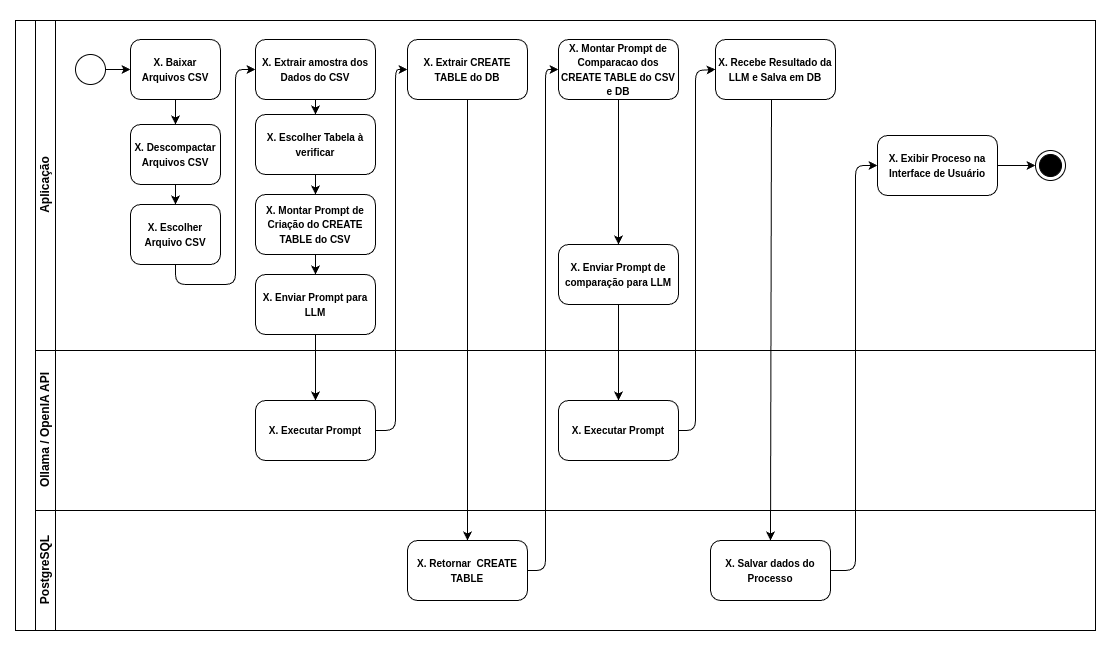
rafaelfreitaslima29/siconv_valida keeps this draw.io diagram as docs/atividades_do_sistema.png. Above is the earlier version. Source tidied: cells renumbered, new cells last; positions are measured from the earlier drawing's top-left corner, leaving out a move shared by most shapes.
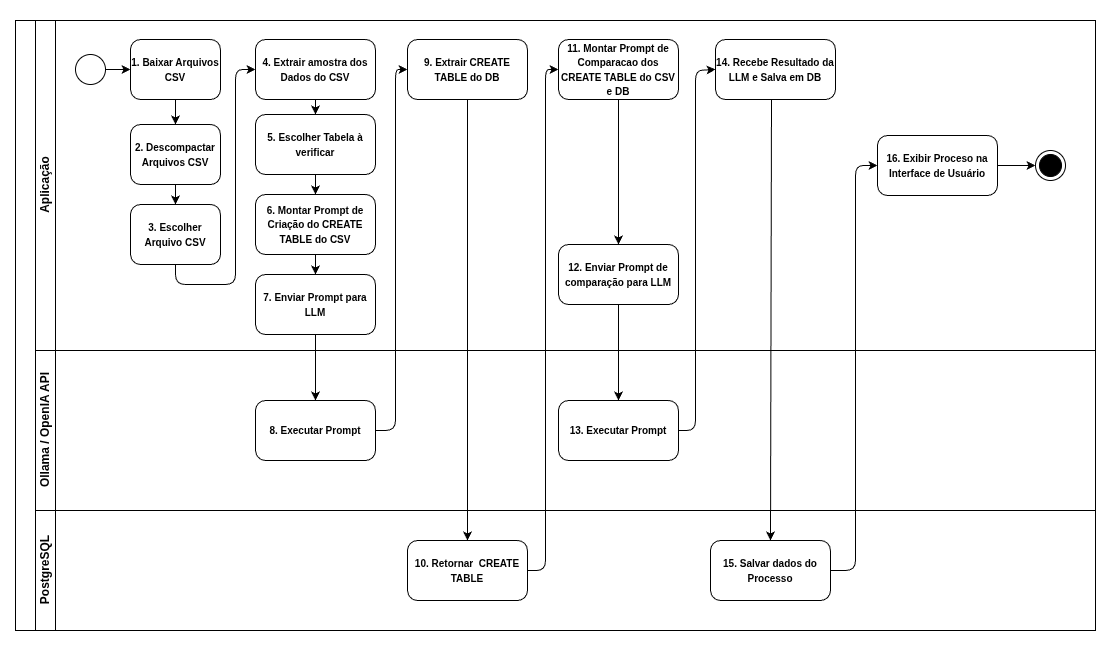
The same diagram one commit later.

Commit message:
Diagrama de arquitetura ETL

What changed in the source:
```diff
@@ -14,19 +14,19 @@
     <mxCell id="5" style="ellipse;" parent="4" vertex="1">
       <mxGeometry x="40" y="34" width="30" height="30" as="geometry" />
     </mxCell>
-    <mxCell id="6" value="&lt;b&gt;&lt;font style=&quot;font-size: 10px;&quot;&gt;X. Escolher Arquivo CSV&lt;/font&gt;&lt;/b&gt;" style="points=[[0.25,0,0],[0.5,0,0],[0.75,0,0],[1,0.25,0],[1,0.5,0],[1,0.75,0],[0.75,1,0],[0.5,1,0],[0.25,1,0],[0,0.75,0],[0,0.5,0],[0,0.25,0]];shape=mxgraph.bpmn.task;whiteSpace=wrap;rectStyle=rounded;size=10;html=1;taskMarker=abstract;" parent="4" vertex="1">
+    <mxCell id="6" value="&lt;b&gt;&lt;font style=&quot;font-size: 10px;&quot;&gt;3. Escolher Arquivo CSV&lt;/font&gt;&lt;/b&gt;" style="points=[[0.25,0,0],[0.5,0,0],[0.75,0,0],[1,0.25,0],[1,0.5,0],[1,0.75,0],[0.75,1,0],[0.5,1,0],[0.25,1,0],[0,0.75,0],[0,0.5,0],[0,0.25,0]];shape=mxgraph.bpmn.task;whiteSpace=wrap;rectStyle=rounded;size=10;html=1;taskMarker=abstract;" parent="4" vertex="1">
       <mxGeometry x="95" y="184" width="90" height="60" as="geometry" />
     </mxCell>
-    <mxCell id="7" value="&lt;b&gt;&lt;font style=&quot;font-size: 10px;&quot;&gt;X. Extrair amostra dos Dados do CSV&lt;/font&gt;&lt;/b&gt;" style="points=[[0.25,0,0],[0.5,0,0],[0.75,0,0],[1,0.25,0],[1,0.5,0],[1,0.75,0],[0.75,1,0],[0.5,1,0],[0.25,1,0],[0,0.75,0],[0,0.5,0],[0,0.25,0]];shape=mxgraph.bpmn.task;whiteSpace=wrap;rectStyle=rounded;size=10;html=1;taskMarker=abstract;" parent="4" vertex="1">
+    <mxCell id="7" value="&lt;b&gt;&lt;font style=&quot;font-size: 10px;&quot;&gt;4. Extrair amostra dos Dados do CSV&lt;/font&gt;&lt;/b&gt;" style="points=[[0.25,0,0],[0.5,0,0],[0.75,0,0],[1,0.25,0],[1,0.5,0],[1,0.75,0],[0.75,1,0],[0.5,1,0],[0.25,1,0],[0,0.75,0],[0,0.5,0],[0,0.25,0]];shape=mxgraph.bpmn.task;whiteSpace=wrap;rectStyle=rounded;size=10;html=1;taskMarker=abstract;" parent="4" vertex="1">
       <mxGeometry x="220" y="19" width="120" height="60" as="geometry" />
     </mxCell>
-    <mxCell id="8" value="&lt;b&gt;&lt;font style=&quot;font-size: 10px;&quot;&gt;X. Montar Prompt de Criação do CREATE TABLE do CSV&lt;/font&gt;&lt;/b&gt;" style="points=[[0.25,0,0],[0.5,0,0],[0.75,0,0],[1,0.25,0],[1,0.5,0],[1,0.75,0],[0.75,1,0],[0.5,1,0],[0.25,1,0],[0,0.75,0],[0,0.5,0],[0,0.25,0]];shape=mxgraph.bpmn.task;whiteSpace=wrap;rectStyle=rounded;size=10;html=1;taskMarker=abstract;" parent="4" vertex="1">
+    <mxCell id="8" value="&lt;b&gt;&lt;font style=&quot;font-size: 10px;&quot;&gt;6. Montar Prompt de Criação do CREATE TABLE do CSV&lt;/font&gt;&lt;/b&gt;" style="points=[[0.25,0,0],[0.5,0,0],[0.75,0,0],[1,0.25,0],[1,0.5,0],[1,0.75,0],[0.75,1,0],[0.5,1,0],[0.25,1,0],[0,0.75,0],[0,0.5,0],[0,0.25,0]];shape=mxgraph.bpmn.task;whiteSpace=wrap;rectStyle=rounded;size=10;html=1;taskMarker=abstract;" parent="4" vertex="1">
       <mxGeometry x="220" y="174" width="120" height="60" as="geometry" />
     </mxCell>
-    <mxCell id="9" value="&lt;b&gt;&lt;font style=&quot;font-size: 10px;&quot;&gt;X. Baixar Arquivos CSV&lt;/font&gt;&lt;/b&gt;" style="points=[[0.25,0,0],[0.5,0,0],[0.75,0,0],[1,0.25,0],[1,0.5,0],[1,0.75,0],[0.75,1,0],[0.5,1,0],[0.25,1,0],[0,0.75,0],[0,0.5,0],[0,0.25,0]];shape=mxgraph.bpmn.task;whiteSpace=wrap;rectStyle=rounded;size=10;html=1;taskMarker=abstract;" parent="4" vertex="1">
+    <mxCell id="9" value="&lt;b&gt;&lt;font style=&quot;font-size: 10px;&quot;&gt;1. Baixar Arquivos CSV&lt;/font&gt;&lt;/b&gt;" style="points=[[0.25,0,0],[0.5,0,0],[0.75,0,0],[1,0.25,0],[1,0.5,0],[1,0.75,0],[0.75,1,0],[0.5,1,0],[0.25,1,0],[0,0.75,0],[0,0.5,0],[0,0.25,0]];shape=mxgraph.bpmn.task;whiteSpace=wrap;rectStyle=rounded;size=10;html=1;taskMarker=abstract;" parent="4" vertex="1">
       <mxGeometry x="95" y="19" width="90" height="60" as="geometry" />
     </mxCell>
-    <mxCell id="10" value="&lt;b&gt;&lt;font style=&quot;font-size: 10px;&quot;&gt;X. Descompactar Arquivos CSV&lt;/font&gt;&lt;/b&gt;" style="points=[[0.25,0,0],[0.5,0,0],[0.75,0,0],[1,0.25,0],[1,0.5,0],[1,0.75,0],[0.75,1,0],[0.5,1,0],[0.25,1,0],[0,0.75,0],[0,0.5,0],[0,0.25,0]];shape=mxgraph.bpmn.task;whiteSpace=wrap;rectStyle=rounded;size=10;html=1;taskMarker=abstract;" parent="4" vertex="1">
+    <mxCell id="10" value="&lt;b&gt;&lt;font style=&quot;font-size: 10px;&quot;&gt;2. Descompactar Arquivos CSV&lt;/font&gt;&lt;/b&gt;" style="points=[[0.25,0,0],[0.5,0,0],[0.75,0,0],[1,0.25,0],[1,0.5,0],[1,0.75,0],[0.75,1,0],[0.5,1,0],[0.25,1,0],[0,0.75,0],[0,0.5,0],[0,0.25,0]];shape=mxgraph.bpmn.task;whiteSpace=wrap;rectStyle=rounded;size=10;html=1;taskMarker=abstract;" parent="4" vertex="1">
       <mxGeometry x="95" y="104" width="90" height="60" as="geometry" />
     </mxCell>
     <mxCell id="11" style="edgeStyle=none;html=1;exitX=1;exitY=0.5;exitDx=0;exitDy=0;entryX=0;entryY=0.5;entryDx=0;entryDy=0;entryPerimeter=0;" parent="4" edge="1" source="5" target="9">
@@ -47,7 +47,7 @@
         </Array>
       </mxGeometry>
     </mxCell>
-    <mxCell id="15" value="&lt;b&gt;&lt;font style=&quot;font-size: 10px;&quot;&gt;X. Escolher Tabela à verificar&lt;/font&gt;&lt;/b&gt;" style="points=[[0.25,0,0],[0.5,0,0],[0.75,0,0],[1,0.25,0],[1,0.5,0],[1,0.75,0],[0.75,1,0],[0.5,1,0],[0.25,1,0],[0,0.75,0],[0,0.5,0],[0,0.25,0]];shape=mxgraph.bpmn.task;whiteSpace=wrap;rectStyle=rounded;size=10;html=1;taskMarker=abstract;" parent="4" vertex="1">
+    <mxCell id="15" value="&lt;b&gt;&lt;font style=&quot;font-size: 10px;&quot;&gt;5. Escolher Tabela à verificar&lt;/font&gt;&lt;/b&gt;" style="points=[[0.25,0,0],[0.5,0,0],[0.75,0,0],[1,0.25,0],[1,0.5,0],[1,0.75,0],[0.75,1,0],[0.5,1,0],[0.25,1,0],[0,0.75,0],[0,0.5,0],[0,0.25,0]];shape=mxgraph.bpmn.task;whiteSpace=wrap;rectStyle=rounded;size=10;html=1;taskMarker=abstract;" parent="4" vertex="1">
       <mxGeometry x="220" y="94" width="120" height="60" as="geometry" />
     </mxCell>
     <mxCell id="16" style="edgeStyle=none;html=1;exitX=0.5;exitY=1;exitDx=0;exitDy=0;exitPerimeter=0;entryX=0.5;entryY=0;entryDx=0;entryDy=0;entryPerimeter=0;" parent="4" edge="1" source="7" target="15">
@@ -56,25 +56,25 @@
     <mxCell id="17" style="edgeStyle=none;html=1;exitX=0.5;exitY=1;exitDx=0;exitDy=0;exitPerimeter=0;entryX=0.5;entryY=0;entryDx=0;entryDy=0;entryPerimeter=0;" parent="4" edge="1" source="15" target="8">
       <mxGeometry relative="1" as="geometry" />
     </mxCell>
-    <mxCell id="18" value="&lt;b&gt;&lt;font style=&quot;font-size: 10px;&quot;&gt;X. Enviar Prompt para LLM&lt;/font&gt;&lt;/b&gt;" style="points=[[0.25,0,0],[0.5,0,0],[0.75,0,0],[1,0.25,0],[1,0.5,0],[1,0.75,0],[0.75,1,0],[0.5,1,0],[0.25,1,0],[0,0.75,0],[0,0.5,0],[0,0.25,0]];shape=mxgraph.bpmn.task;whiteSpace=wrap;rectStyle=rounded;size=10;html=1;taskMarker=abstract;" parent="4" vertex="1">
+    <mxCell id="18" value="&lt;b&gt;&lt;font style=&quot;font-size: 10px;&quot;&gt;7. Enviar Prompt para LLM&lt;/font&gt;&lt;/b&gt;" style="points=[[0.25,0,0],[0.5,0,0],[0.75,0,0],[1,0.25,0],[1,0.5,0],[1,0.75,0],[0.75,1,0],[0.5,1,0],[0.25,1,0],[0,0.75,0],[0,0.5,0],[0,0.25,0]];shape=mxgraph.bpmn.task;whiteSpace=wrap;rectStyle=rounded;size=10;html=1;taskMarker=abstract;" parent="4" vertex="1">
       <mxGeometry x="220" y="254" width="120" height="60" as="geometry" />
     </mxCell>
     <mxCell id="19" style="edgeStyle=none;html=1;exitX=0.5;exitY=1;exitDx=0;exitDy=0;exitPerimeter=0;entryX=0.5;entryY=0;entryDx=0;entryDy=0;entryPerimeter=0;" parent="4" edge="1" source="8" target="18">
       <mxGeometry relative="1" as="geometry" />
     </mxCell>
-    <mxCell id="20" value="&lt;b&gt;&lt;font style=&quot;font-size: 10px;&quot;&gt;X. Montar Prompt de Comparacao dos CREATE TABLE do CSV e DB&lt;/font&gt;&lt;/b&gt;" style="points=[[0.25,0,0],[0.5,0,0],[0.75,0,0],[1,0.25,0],[1,0.5,0],[1,0.75,0],[0.75,1,0],[0.5,1,0],[0.25,1,0],[0,0.75,0],[0,0.5,0],[0,0.25,0]];shape=mxgraph.bpmn.task;whiteSpace=wrap;rectStyle=rounded;size=10;html=1;taskMarker=abstract;" parent="4" vertex="1">
+    <mxCell id="20" value="&lt;b&gt;&lt;font style=&quot;font-size: 10px;&quot;&gt;11. Montar Prompt de Comparacao dos CREATE TABLE do CSV e DB&lt;/font&gt;&lt;/b&gt;" style="points=[[0.25,0,0],[0.5,0,0],[0.75,0,0],[1,0.25,0],[1,0.5,0],[1,0.75,0],[0.75,1,0],[0.5,1,0],[0.25,1,0],[0,0.75,0],[0,0.5,0],[0,0.25,0]];shape=mxgraph.bpmn.task;whiteSpace=wrap;rectStyle=rounded;size=10;html=1;taskMarker=abstract;" parent="4" vertex="1">
       <mxGeometry x="523" y="19" width="120" height="60" as="geometry" />
     </mxCell>
-    <mxCell id="21" value="&lt;b&gt;&lt;font style=&quot;font-size: 10px;&quot;&gt;X. Extrair CREATE TABLE do DB&lt;/font&gt;&lt;/b&gt;" style="points=[[0.25,0,0],[0.5,0,0],[0.75,0,0],[1,0.25,0],[1,0.5,0],[1,0.75,0],[0.75,1,0],[0.5,1,0],[0.25,1,0],[0,0.75,0],[0,0.5,0],[0,0.25,0]];shape=mxgraph.bpmn.task;whiteSpace=wrap;rectStyle=rounded;size=10;html=1;taskMarker=abstract;" parent="4" vertex="1">
+    <mxCell id="21" value="&lt;b&gt;&lt;font style=&quot;font-size: 10px;&quot;&gt;9. Extrair CREATE TABLE do DB&lt;/font&gt;&lt;/b&gt;" style="points=[[0.25,0,0],[0.5,0,0],[0.75,0,0],[1,0.25,0],[1,0.5,0],[1,0.75,0],[0.75,1,0],[0.5,1,0],[0.25,1,0],[0,0.75,0],[0,0.5,0],[0,0.25,0]];shape=mxgraph.bpmn.task;whiteSpace=wrap;rectStyle=rounded;size=10;html=1;taskMarker=abstract;" parent="4" vertex="1">
       <mxGeometry x="372" y="19" width="120" height="60" as="geometry" />
     </mxCell>
-    <mxCell id="22" value="&lt;b&gt;&lt;font style=&quot;font-size: 10px;&quot;&gt;X. Enviar Prompt de comparação para LLM&lt;/font&gt;&lt;/b&gt;" style="points=[[0.25,0,0],[0.5,0,0],[0.75,0,0],[1,0.25,0],[1,0.5,0],[1,0.75,0],[0.75,1,0],[0.5,1,0],[0.25,1,0],[0,0.75,0],[0,0.5,0],[0,0.25,0]];shape=mxgraph.bpmn.task;whiteSpace=wrap;rectStyle=rounded;size=10;html=1;taskMarker=abstract;" parent="4" vertex="1">
+    <mxCell id="22" value="&lt;b&gt;&lt;font style=&quot;font-size: 10px;&quot;&gt;12. Enviar Prompt de comparação para LLM&lt;/font&gt;&lt;/b&gt;" style="points=[[0.25,0,0],[0.5,0,0],[0.75,0,0],[1,0.25,0],[1,0.5,0],[1,0.75,0],[0.75,1,0],[0.5,1,0],[0.25,1,0],[0,0.75,0],[0,0.5,0],[0,0.25,0]];shape=mxgraph.bpmn.task;whiteSpace=wrap;rectStyle=rounded;size=10;html=1;taskMarker=abstract;" parent="4" vertex="1">
       <mxGeometry x="523" y="224" width="120" height="60" as="geometry" />
     </mxCell>
     <mxCell id="23" style="edgeStyle=none;html=1;exitX=0.5;exitY=1;exitDx=0;exitDy=0;exitPerimeter=0;entryX=0.5;entryY=0;entryDx=0;entryDy=0;entryPerimeter=0;" parent="4" edge="1" source="20" target="22">
       <mxGeometry relative="1" as="geometry" />
     </mxCell>
-    <mxCell id="24" value="&lt;b&gt;&lt;font style=&quot;font-size: 10px;&quot;&gt;X. Recebe Resultado da LLM e Salva em DB&lt;/font&gt;&lt;/b&gt;" style="points=[[0.25,0,0],[0.5,0,0],[0.75,0,0],[1,0.25,0],[1,0.5,0],[1,0.75,0],[0.75,1,0],[0.5,1,0],[0.25,1,0],[0,0.75,0],[0,0.5,0],[0,0.25,0]];shape=mxgraph.bpmn.task;whiteSpace=wrap;rectStyle=rounded;size=10;html=1;taskMarker=abstract;" parent="4" vertex="1">
+    <mxCell id="24" value="&lt;b&gt;&lt;font style=&quot;font-size: 10px;&quot;&gt;14. Recebe Resultado da LLM e Salva em DB&lt;/font&gt;&lt;/b&gt;" style="points=[[0.25,0,0],[0.5,0,0],[0.75,0,0],[1,0.25,0],[1,0.5,0],[1,0.75,0],[0.75,1,0],[0.5,1,0],[0.25,1,0],[0,0.75,0],[0,0.5,0],[0,0.25,0]];shape=mxgraph.bpmn.task;whiteSpace=wrap;rectStyle=rounded;size=10;html=1;taskMarker=abstract;" parent="4" vertex="1">
       <mxGeometry x="680" y="19" width="120" height="60" as="geometry" />
     </mxCell>
     <mxCell id="25" style="ellipse;html=1;shape=endState;fillColor=strokeColor;" parent="4" vertex="1">
@@ -83,25 +83,25 @@
     <mxCell id="26" style="edgeStyle=none;html=1;exitX=1;exitY=0.5;exitDx=0;exitDy=0;exitPerimeter=0;entryX=0;entryY=0.5;entryDx=0;entryDy=0;" parent="4" edge="1" source="27" target="25">
       <mxGeometry relative="1" as="geometry" />
     </mxCell>
-    <mxCell id="27" value="&lt;b&gt;&lt;font style=&quot;font-size: 10px;&quot;&gt;X. Exibir Proceso na Interface de Usuário&lt;/font&gt;&lt;/b&gt;" style="points=[[0.25,0,0],[0.5,0,0],[0.75,0,0],[1,0.25,0],[1,0.5,0],[1,0.75,0],[0.75,1,0],[0.5,1,0],[0.25,1,0],[0,0.75,0],[0,0.5,0],[0,0.25,0]];shape=mxgraph.bpmn.task;whiteSpace=wrap;rectStyle=rounded;size=10;html=1;taskMarker=abstract;" parent="4" vertex="1">
+    <mxCell id="27" value="&lt;b&gt;&lt;font style=&quot;font-size: 10px;&quot;&gt;16. Exibir Proceso na Interface de Usuário&lt;/font&gt;&lt;/b&gt;" style="points=[[0.25,0,0],[0.5,0,0],[0.75,0,0],[1,0.25,0],[1,0.5,0],[1,0.75,0],[0.75,1,0],[0.5,1,0],[0.25,1,0],[0,0.75,0],[0,0.5,0],[0,0.25,0]];shape=mxgraph.bpmn.task;whiteSpace=wrap;rectStyle=rounded;size=10;html=1;taskMarker=abstract;" parent="4" vertex="1">
       <mxGeometry x="842" y="115" width="120" height="60" as="geometry" />
     </mxCell>
     <mxCell id="28" value="Ollama / OpenIA API" style="swimlane;startSize=20;horizontal=0;html=1;" parent="3" vertex="1">
       <mxGeometry x="20" y="330" width="1060" height="160" as="geometry" />
     </mxCell>
-    <mxCell id="29" value="&lt;b&gt;&lt;font style=&quot;font-size: 10px;&quot;&gt;X. Executar Prompt&lt;/font&gt;&lt;/b&gt;" style="points=[[0.25,0,0],[0.5,0,0],[0.75,0,0],[1,0.25,0],[1,0.5,0],[1,0.75,0],[0.75,1,0],[0.5,1,0],[0.25,1,0],[0,0.75,0],[0,0.5,0],[0,0.25,0]];shape=mxgraph.bpmn.task;whiteSpace=wrap;rectStyle=rounded;size=10;html=1;taskMarker=abstract;" parent="28" vertex="1">
+    <mxCell id="29" value="&lt;b&gt;&lt;font style=&quot;font-size: 10px;&quot;&gt;8. Executar Prompt&lt;/font&gt;&lt;/b&gt;" style="points=[[0.25,0,0],[0.5,0,0],[0.75,0,0],[1,0.25,0],[1,0.5,0],[1,0.75,0],[0.75,1,0],[0.5,1,0],[0.25,1,0],[0,0.75,0],[0,0.5,0],[0,0.25,0]];shape=mxgraph.bpmn.task;whiteSpace=wrap;rectStyle=rounded;size=10;html=1;taskMarker=abstract;" parent="28" vertex="1">
       <mxGeometry x="220" y="50" width="120" height="60" as="geometry" />
     </mxCell>
-    <mxCell id="30" value="&lt;b&gt;&lt;font style=&quot;font-size: 10px;&quot;&gt;X. Executar Prompt&lt;/font&gt;&lt;/b&gt;" style="points=[[0.25,0,0],[0.5,0,0],[0.75,0,0],[1,0.25,0],[1,0.5,0],[1,0.75,0],[0.75,1,0],[0.5,1,0],[0.25,1,0],[0,0.75,0],[0,0.5,0],[0,0.25,0]];shape=mxgraph.bpmn.task;whiteSpace=wrap;rectStyle=rounded;size=10;html=1;taskMarker=abstract;" parent="28" vertex="1">
+    <mxCell id="30" value="&lt;b&gt;&lt;font style=&quot;font-size: 10px;&quot;&gt;13. Executar Prompt&lt;/font&gt;&lt;/b&gt;" style="points=[[0.25,0,0],[0.5,0,0],[0.75,0,0],[1,0.25,0],[1,0.5,0],[1,0.75,0],[0.75,1,0],[0.5,1,0],[0.25,1,0],[0,0.75,0],[0,0.5,0],[0,0.25,0]];shape=mxgraph.bpmn.task;whiteSpace=wrap;rectStyle=rounded;size=10;html=1;taskMarker=abstract;" parent="28" vertex="1">
       <mxGeometry x="523" y="50" width="120" height="60" as="geometry" />
     </mxCell>
     <mxCell id="31" value="PostgreSQL" style="swimlane;startSize=20;horizontal=0;html=1;" parent="3" vertex="1">
       <mxGeometry x="20" y="490" width="1060" height="120" as="geometry" />
     </mxCell>
-    <mxCell id="32" value="&lt;b&gt;&lt;font style=&quot;font-size: 10px;&quot;&gt;X. Retornar&amp;nbsp; CREATE TABLE&lt;/font&gt;&lt;/b&gt;" style="points=[[0.25,0,0],[0.5,0,0],[0.75,0,0],[1,0.25,0],[1,0.5,0],[1,0.75,0],[0.75,1,0],[0.5,1,0],[0.25,1,0],[0,0.75,0],[0,0.5,0],[0,0.25,0]];shape=mxgraph.bpmn.task;whiteSpace=wrap;rectStyle=rounded;size=10;html=1;taskMarker=abstract;" parent="31" vertex="1">
+    <mxCell id="32" value="&lt;b&gt;&lt;font style=&quot;font-size: 10px;&quot;&gt;10. Retornar&amp;nbsp; CREATE TABLE&lt;/font&gt;&lt;/b&gt;" style="points=[[0.25,0,0],[0.5,0,0],[0.75,0,0],[1,0.25,0],[1,0.5,0],[1,0.75,0],[0.75,1,0],[0.5,1,0],[0.25,1,0],[0,0.75,0],[0,0.5,0],[0,0.25,0]];shape=mxgraph.bpmn.task;whiteSpace=wrap;rectStyle=rounded;size=10;html=1;taskMarker=abstract;" parent="31" vertex="1">
       <mxGeometry x="372" y="30" width="120" height="60" as="geometry" />
     </mxCell>
-    <mxCell id="33" value="&lt;b&gt;&lt;font style=&quot;font-size: 10px;&quot;&gt;X. Salvar dados do Processo&lt;/font&gt;&lt;/b&gt;" style="points=[[0.25,0,0],[0.5,0,0],[0.75,0,0],[1,0.25,0],[1,0.5,0],[1,0.75,0],[0.75,1,0],[0.5,1,0],[0.25,1,0],[0,0.75,0],[0,0.5,0],[0,0.25,0]];shape=mxgraph.bpmn.task;whiteSpace=wrap;rectStyle=rounded;size=10;html=1;taskMarker=abstract;" parent="31" vertex="1">
+    <mxCell id="33" value="&lt;b&gt;&lt;font style=&quot;font-size: 10px;&quot;&gt;15. Salvar dados do Processo&lt;/font&gt;&lt;/b&gt;" style="points=[[0.25,0,0],[0.5,0,0],[0.75,0,0],[1,0.25,0],[1,0.5,0],[1,0.75,0],[0.75,1,0],[0.5,1,0],[0.25,1,0],[0,0.75,0],[0,0.5,0],[0,0.25,0]];shape=mxgraph.bpmn.task;whiteSpace=wrap;rectStyle=rounded;size=10;html=1;taskMarker=abstract;" parent="31" vertex="1">
       <mxGeometry x="675" y="30" width="120" height="60" as="geometry" />
     </mxCell>
     <mxCell id="34" style="edgeStyle=none;html=1;exitX=0.5;exitY=1;exitDx=0;exitDy=0;exitPerimeter=0;" parent="3" edge="1" source="18" target="29">
```
